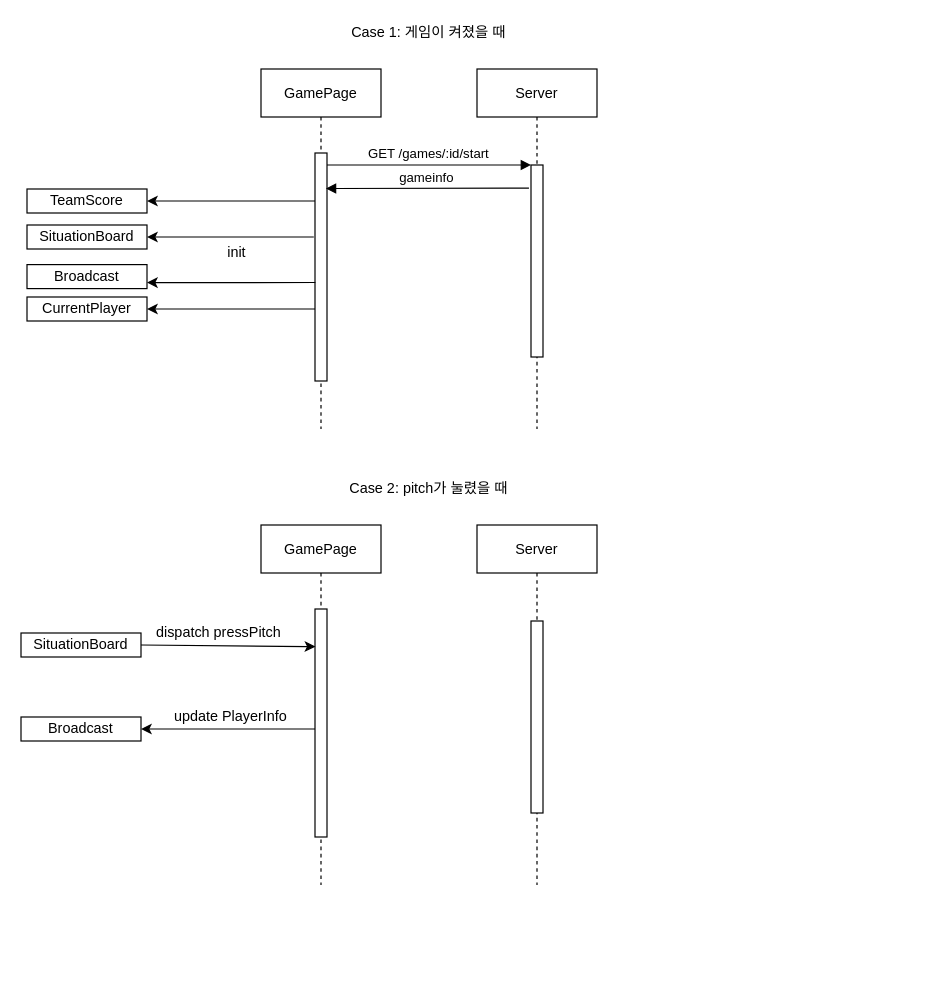
Before: baseball sequence.drawio in codesquad-members-2021/baseball, a draw.io diagram. Source tidied: cells renumbered, new cells numbered last; positions are measured from the earlier drawing's top-left corner, leaving out a move shared by most shapes. Both pictures are drawn from the tidied source at 120%, with x=0, y=0 at pixel (20, 20).
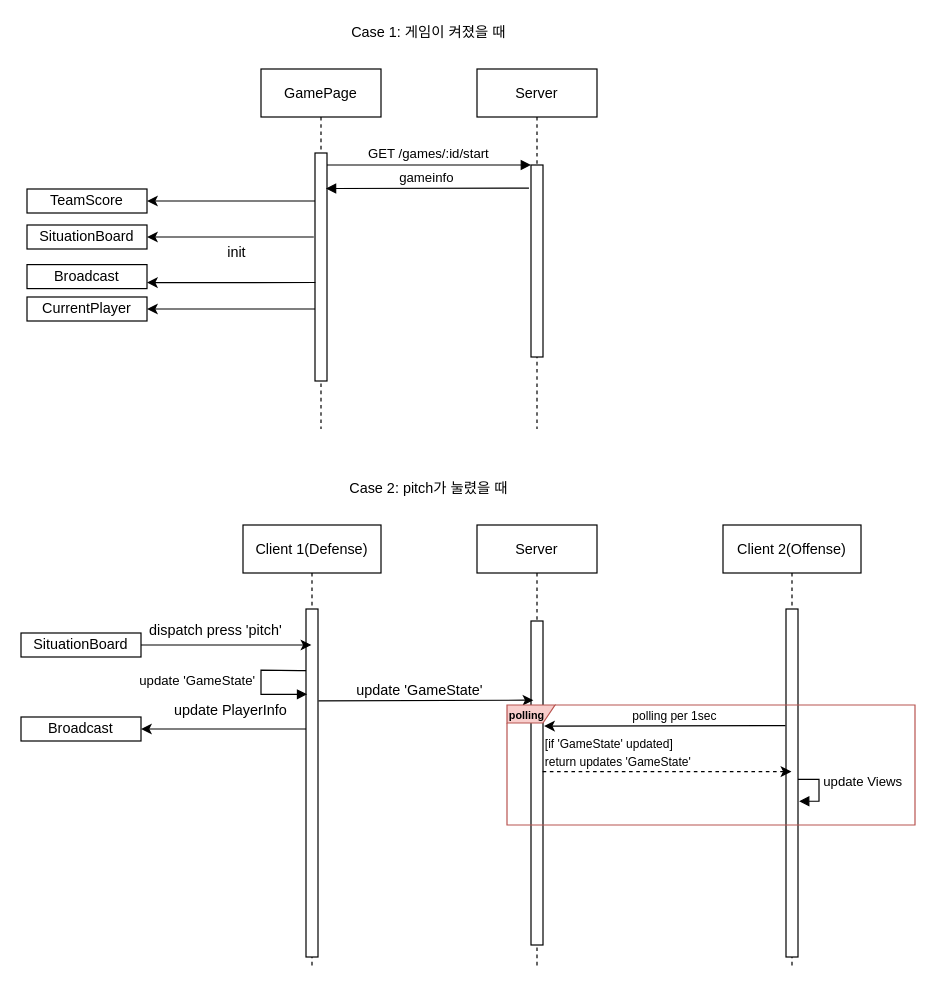
After the change.

Unchanged cells that the change refers to:
```xml
<mxCell id="23" value="SituationBoard" style="whiteSpace=wrap;html=1;align=center;" parent="1" vertex="1">
  <mxGeometry y="510" width="100" height="20" as="geometry" />
</mxCell>
<mxCell id="24" value="Broadcast" style="whiteSpace=wrap;html=1;align=center;" parent="1" vertex="1">
  <mxGeometry y="580" width="100" height="20" as="geometry" />
</mxCell>
```

The edit, as a diff of the source:
```diff
@@
-    <mxCell id="9" value="GamePage" style="shape=umlLifeline;perimeter=lifelinePerimeter;rounded=0;shadow=0;strokeWidth=1;" parent="1" vertex="1">
-      <mxGeometry x="200" y="420" width="100" height="300" as="geometry" />
+    <mxCell id="9" value="Client 1(Defense)" style="shape=umlLifeline;perimeter=lifelinePerimeter;rounded=0;shadow=0;strokeWidth=1;" parent="1" vertex="1">
+      <mxGeometry x="185" y="420" width="115" height="370" as="geometry" />
     </mxCell>
     <mxCell id="10" style="points=[];perimeter=orthogonalPerimeter;rounded=0;shadow=0;strokeWidth=1;" parent="9" vertex="1">
-      <mxGeometry x="45" y="70" width="10" height="190" as="geometry" />
+      <mxGeometry x="52.5" y="70" width="10" height="290" as="geometry" />
     </mxCell>
+    <mxCell id="29" value="update 'GameState'" style="edgeStyle=orthogonalEdgeStyle;html=1;align=left;spacingLeft=2;endArrow=block;rounded=0;exitX=0.007;exitY=0.177;exitDx=0;exitDy=0;exitPerimeter=0;entryX=0.5;entryY=0.323;entryDx=0;entryDy=0;entryPerimeter=0;" parent="9" edge="1" source="10">
+      <mxGeometry x="-0.03" y="-105" relative="1" as="geometry">
+        <mxPoint x="53.5" y="141.1" as="targetPoint" />
+        <Array as="points">
+          <mxPoint x="47" y="121" />
+          <mxPoint x="15" y="121" />
+          <mxPoint x="15" y="141" />
+        </Array>
+      </mxGeometry>
+    </mxCell>
     <mxCell id="11" value="Server" style="shape=umlLifeline;perimeter=lifelinePerimeter;rounded=0;shadow=0;strokeWidth=1;" parent="1" vertex="1">
-      <mxGeometry x="380" y="420" width="100" height="300" as="geometry" />
+      <mxGeometry x="380" y="420" width="100" height="370" as="geometry" />
     </mxCell>
     <mxCell id="12" style="perimeter=orthogonalPerimeter;rounded=0;shadow=0;strokeWidth=1;" parent="11" vertex="1">
-      <mxGeometry x="45" y="80" width="10" height="160" as="geometry" />
+      <mxGeometry x="45" y="80" width="10" height="270" as="geometry" />
     </mxCell>
@@
-    <mxCell id="25" style="endArrow=classic;html=1;entryX=1;entryY=0.5;entryDx=0;entryDy=0;" parent="1" edge="1" target="24">
-      <mxGeometry relative="1" as="geometry">
-        <mxPoint x="245" y="590" as="sourcePoint" />
-      </mxGeometry>
+    <mxCell id="25" style="endArrow=classic;html=1;entryX=1;entryY=0.5;entryDx=0;entryDy=0;" parent="1" edge="1" source="10" target="24">
+      <mxGeometry relative="1" as="geometry" />
     </mxCell>
-    <mxCell id="26" style="endArrow=classic;html=1;entryX=0.033;entryY=0.165;entryDx=0;entryDy=0;entryPerimeter=0;exitX=1;exitY=0.5;exitDx=0;exitDy=0;" parent="1" edge="1" source="23" target="10">
+    <mxCell id="26" style="endArrow=classic;html=1;exitX=1;exitY=0.5;exitDx=0;exitDy=0;" parent="1" edge="1" source="23" target="9">
       <mxGeometry relative="1" as="geometry" />
     </mxCell>
     <mxCell id="27" value="update PlayerInfo" style="text;html=1;strokeColor=none;fillColor=none;align=center;verticalAlign=middle;whiteSpace=wrap;rounded=0;" parent="1" vertex="1">
-      <mxGeometry x="95" y="570" width="160" height="20" as="geometry" />
+      <mxGeometry x="95" y="570" width="160" height="10" as="geometry" />
     </mxCell>
-    <mxCell id="28" value="dispatch pressPitch" style="text;html=1;strokeColor=none;fillColor=none;align=center;verticalAlign=middle;whiteSpace=wrap;rounded=0;" parent="1" vertex="1">
-      <mxGeometry x="70" y="500" width="190" height="20" as="geometry" />
+    <mxCell id="28" value="dispatch press 'pitch'" style="text;html=1;strokeColor=none;fillColor=none;align=center;verticalAlign=middle;whiteSpace=wrap;rounded=0;" parent="1" vertex="1">
+      <mxGeometry x="105" y="498" width="115" height="20" as="geometry" />
     </mxCell>
+    <mxCell id="30" style="endArrow=classic;html=1;exitX=1.036;exitY=0.184;exitDx=0;exitDy=0;exitPerimeter=0;" parent="1" edge="1">
+      <mxGeometry relative="1" as="geometry">
+        <mxPoint x="247.9" y="566.5" as="sourcePoint" />
+        <mxPoint x="427" y="566" as="targetPoint" />
+      </mxGeometry>
+    </mxCell>
+    <mxCell id="31" value="Client 2(Offense)" style="shape=umlLifeline;perimeter=lifelinePerimeter;rounded=0;shadow=0;strokeWidth=1;" parent="1" vertex="1">
+      <mxGeometry x="585" y="420" width="115" height="370" as="geometry" />
+    </mxCell>
+    <mxCell id="32" style="perimeter=orthogonalPerimeter;rounded=0;shadow=0;strokeWidth=1;" parent="31" vertex="1">
+      <mxGeometry x="52.5" y="70" width="10" height="290" as="geometry" />
+    </mxCell>
+    <mxCell id="33" value="update Views&lt;br&gt;" style="edgeStyle=orthogonalEdgeStyle;html=1;align=left;spacingLeft=2;endArrow=block;rounded=0;entryX=1.093;entryY=0.628;entryDx=0;entryDy=0;entryPerimeter=0;" parent="31" edge="1">
+      <mxGeometry x="-0.28" relative="1" as="geometry">
+        <mxPoint x="62.5" y="212" as="sourcePoint" />
+        <mxPoint x="63.4" y="230.2" as="targetPoint" />
+        <Array as="points">
+          <mxPoint x="80" y="212" />
+          <mxPoint x="80" y="230" />
+        </Array>
+      </mxGeometry>
+    </mxCell>
+    <mxCell id="34" value="update 'GameState'" style="text;html=1;strokeColor=none;fillColor=none;align=center;verticalAlign=middle;whiteSpace=wrap;rounded=0;" parent="1" vertex="1">
+      <mxGeometry x="275" y="548" width="115" height="20" as="geometry" />
+    </mxCell>
+    <mxCell id="35" style="endArrow=classic;html=1;entryX=1.086;entryY=0.254;entryDx=0;entryDy=0;entryPerimeter=0;exitX=-0.05;exitY=0.264;exitDx=0;exitDy=0;exitPerimeter=0;" parent="1" edge="1">
+      <mxGeometry relative="1" as="geometry">
+        <mxPoint x="637" y="587.2" as="sourcePoint" />
+        <mxPoint x="435.9" y="587.6" as="targetPoint" />
+      </mxGeometry>
+    </mxCell>
+    <mxCell id="36" value="&lt;font style=&quot;font-size: 10px&quot;&gt;polling per 1sec&lt;/font&gt;" style="text;html=1;strokeColor=none;fillColor=none;align=center;verticalAlign=middle;whiteSpace=wrap;rounded=0;" parent="1" vertex="1">
+      <mxGeometry x="495" y="569" width="100" height="20" as="geometry" />
+    </mxCell>
+    <mxCell id="37" style="endArrow=classic;html=1;dashed=1;exitX=0.971;exitY=0.497;exitDx=0;exitDy=0;exitPerimeter=0;" parent="1" edge="1">
+      <mxGeometry relative="1" as="geometry">
+        <mxPoint x="434.7" y="625.5" as="sourcePoint" />
+        <mxPoint x="642" y="625.5" as="targetPoint" />
+      </mxGeometry>
+    </mxCell>
+    <mxCell id="38" value="&lt;font style=&quot;font-size: 10px&quot;&gt;[if 'GameState'&amp;nbsp;updated] return updates 'GameState'&lt;/font&gt;" style="text;html=1;strokeColor=none;fillColor=none;align=left;verticalAlign=middle;whiteSpace=wrap;rounded=0;" parent="1" vertex="1">
+      <mxGeometry x="435" y="599" width="135" height="20" as="geometry" />
+    </mxCell>
+    <mxCell id="39" value="&lt;font style=&quot;font-size: 9px ; line-height: 50%&quot;&gt;&lt;b&gt;polling&lt;/b&gt;&lt;/font&gt;" style="shape=umlFrame;whiteSpace=wrap;html=1;width=40;height=15;align=left;fillColor=#f8cecc;strokeColor=#b85450;" parent="1" vertex="1">
+      <mxGeometry x="405" y="570" width="340" height="100" as="geometry" />
+    </mxCell>
```
